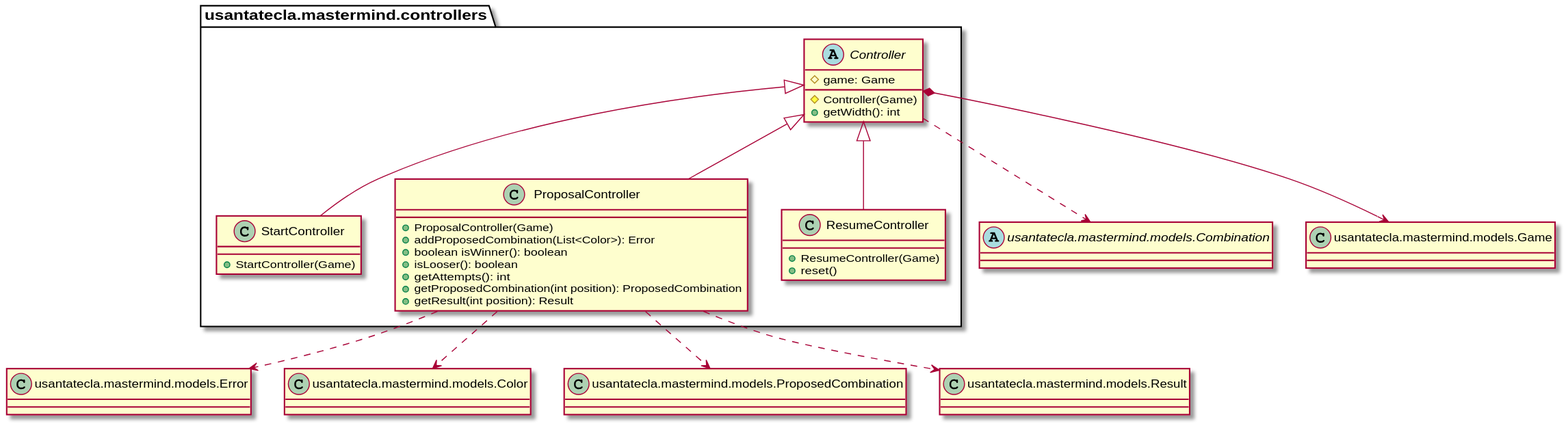
Above: modelViewPresenter/presentationModel/basic/docs/diagrams/out/paquetes/usantatecla.mastermind.controllers.svg in SantaTecla-mastermind/solution.java.swing.socket.sql (PlantUML), before the change. The source it was exported from:
```plantuml
@startuml
abstract class Combination as "usantatecla.mastermind.models.Combination"
class Game as "usantatecla.mastermind.models.Game"
class Error as "usantatecla.mastermind.models.Error"
class Color as "usantatecla.mastermind.models.Color"
class ProposedCombination as "usantatecla.mastermind.models.ProposedCombination"
class Result as "usantatecla.mastermind.models.Result"

abstract class usantatecla.mastermind.controllers.Controller {
	#game: Game

	#Controller(Game)
	+getWidth(): int
}
usantatecla.mastermind.controllers.Controller *-down-> Game
usantatecla.mastermind.controllers.Controller .down.> Combination

class usantatecla.mastermind.controllers.StartController {
	+StartController(Game)
}
usantatecla.mastermind.controllers.Controller <|-down- usantatecla.mastermind.controllers.StartController

class usantatecla.mastermind.controllers.ProposalController {

    +ProposalController(Game)
    +addProposedCombination(List<Color>): Error
    +boolean isWinner(): boolean
    +isLooser(): boolean
    +getAttempts(): int
    +getProposedCombination(int position): ProposedCombination
    +getResult(int position): Result

}
usantatecla.mastermind.controllers.Controller <|-down- usantatecla.mastermind.controllers.ProposalController
usantatecla.mastermind.controllers.ProposalController .down.> Error
usantatecla.mastermind.controllers.ProposalController .down.> ProposedCombination
usantatecla.mastermind.controllers.ProposalController .down.> Result
usantatecla.mastermind.controllers.ProposalController .down.> Color

class usantatecla.mastermind.controllers.ResumeController {
	+ResumeController(Game)
	+reset()
}
usantatecla.mastermind.controllers.Controller <|-down- usantatecla.mastermind.controllers.ResumeController
@enduml
```
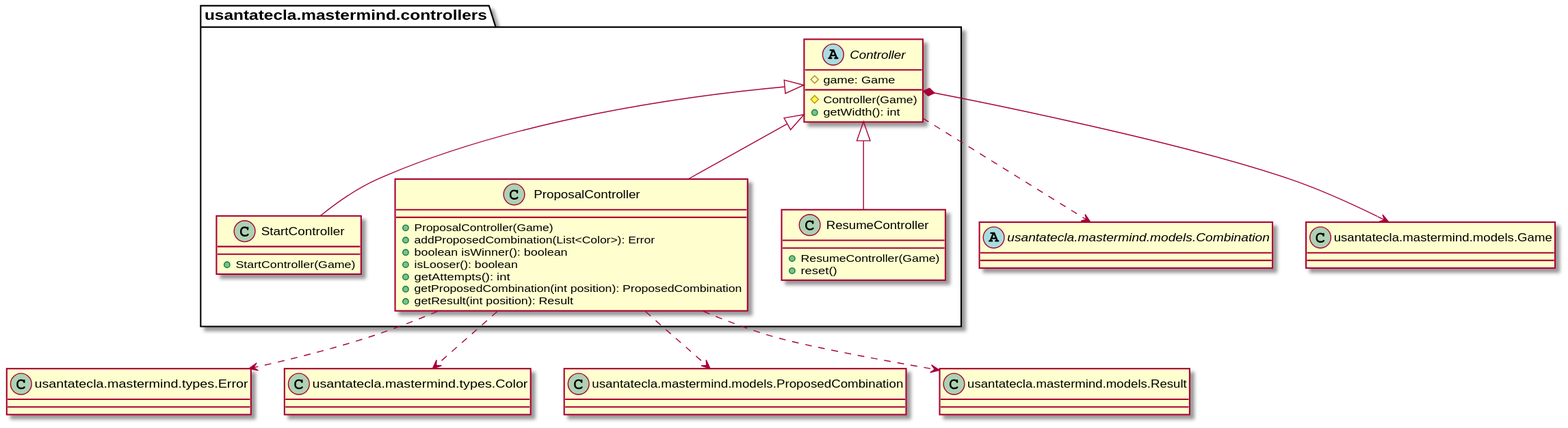
Above is the later version.

Change to the diagram source:
```diff
@@ -1,8 +1,8 @@
 @startuml
 abstract class Combination as "usantatecla.mastermind.models.Combination"
 class Game as "usantatecla.mastermind.models.Game"
-class Error as "usantatecla.mastermind.models.Error"
-class Color as "usantatecla.mastermind.models.Color"
+class Error as "usantatecla.mastermind.types.Error"
+class Color as "usantatecla.mastermind.types.Color"
 class ProposedCombination as "usantatecla.mastermind.models.ProposedCombination"
 class Result as "usantatecla.mastermind.models.Result"
 
```
